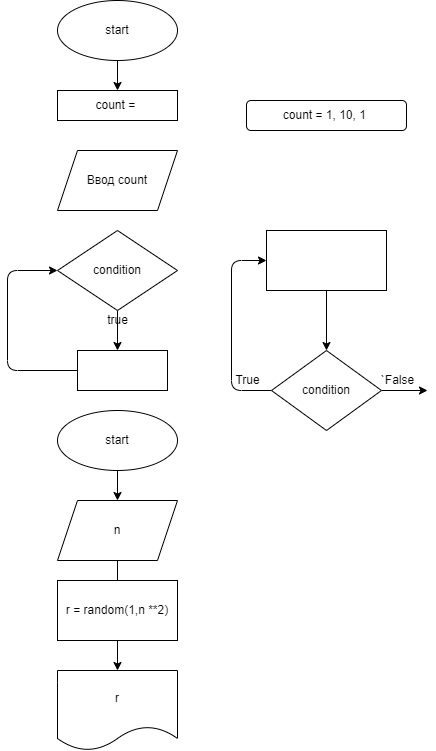
Before: Desktop/practice_temp/ex000.drawio.png, a diagram exported from draw.io (MikoJIa/-1). Source tidied: cells renumbered, new cells last; positions are measured from the earlier drawing's top-left corner, leaving out a move shared by most shapes.
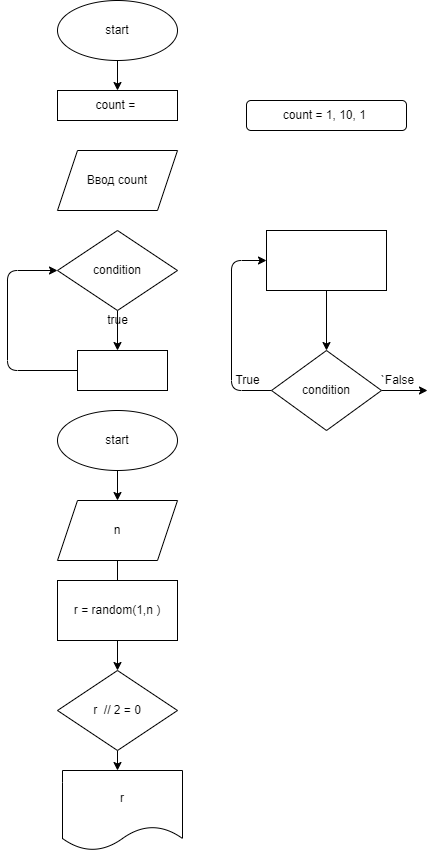
Later version of the same file.

Commit message:
Задача найти чётное число

The edit, as a diff of the source:
```diff
@@ -93,11 +93,19 @@
     <mxCell id="24" value="n" style="shape=parallelogram;perimeter=parallelogramPerimeter;whiteSpace=wrap;html=1;fixedSize=1;" parent="1" vertex="1">
       <mxGeometry x="50" y="500" width="120" height="60" as="geometry" />
     </mxCell>
-    <mxCell id="25" value="r = random(1,n **2)" style="whiteSpace=wrap;html=1;" parent="1" vertex="1">
+    <mxCell id="25" value="r = random(1,n )" style="whiteSpace=wrap;html=1;" parent="1" vertex="1">
       <mxGeometry x="50" y="580" width="120" height="60" as="geometry" />
     </mxCell>
     <mxCell id="26" value="r" style="shape=document;whiteSpace=wrap;html=1;boundedLbl=1;" parent="1" vertex="1">
-      <mxGeometry x="50" y="670" width="120" height="80" as="geometry" />
+      <mxGeometry x="55" y="770" width="120" height="80" as="geometry" />
     </mxCell>
+    <mxCell id="27" style="edgeStyle=none;html=1;" parent="1" edge="1" source="28">
+      <mxGeometry relative="1" as="geometry">
+        <mxPoint x="110" y="770" as="targetPoint" />
+      </mxGeometry>
+    </mxCell>
+    <mxCell id="28" value="r&amp;nbsp; // 2 = 0" style="rhombus;whiteSpace=wrap;html=1;" parent="1" vertex="1">
+      <mxGeometry x="50" y="670" width="120" height="80" as="geometry" />
+    </mxCell>
   </root>
 </mxGraphModel>
```
